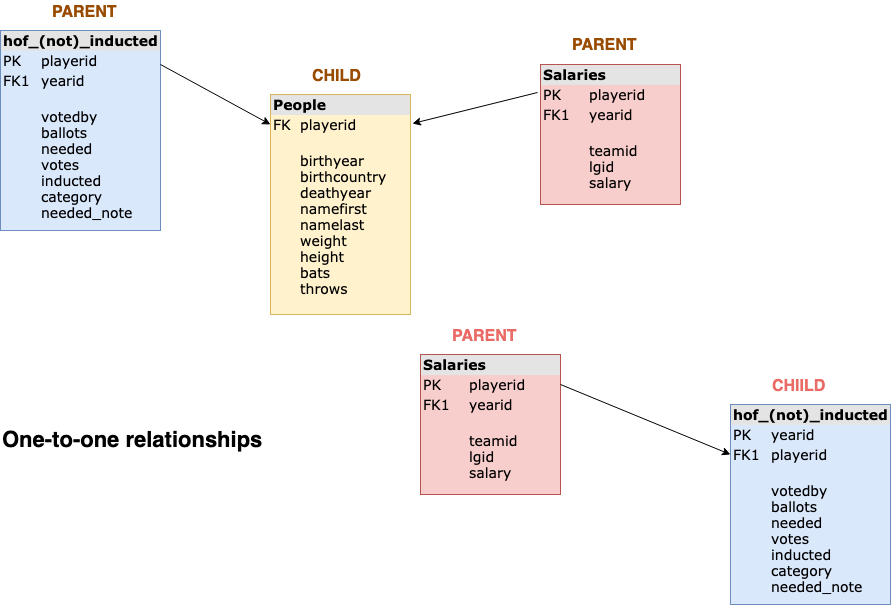
Before: 13.5-Schema.png, a diagram exported from draw.io (snowbright/Thinkful). Source tidied: cells renumbered, new cells last; positions are measured from the earlier drawing's top-left corner, leaving out a move shared by most shapes.
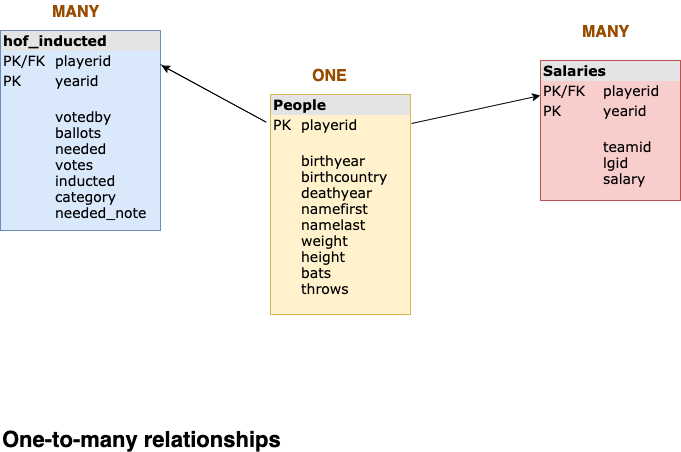
After the change.

Diff of the diagram source:
```diff
@@ -2,52 +2,37 @@
   <root>
     <mxCell id="0" />
     <mxCell id="1" parent="0" />
-    <mxCell id="2" value="&lt;div style=&quot;box-sizing: border-box ; width: 100% ; background: rgb(228 , 228 , 228) ; padding: 2px ; font-size: 14px&quot;&gt;&lt;b&gt;&lt;font style=&quot;font-size: 14px&quot;&gt;People&amp;nbsp;&lt;/font&gt;&lt;/b&gt;&lt;/div&gt;&lt;table style=&quot;width: 100% ; font-size: 14px&quot; cellpadding=&quot;2&quot; cellspacing=&quot;0&quot;&gt;&lt;tbody&gt;&lt;tr&gt;&lt;td&gt;FK&lt;/td&gt;&lt;td&gt;playerid&amp;nbsp;&lt;/td&gt;&lt;/tr&gt;&lt;tr&gt;&lt;td&gt;&lt;br&gt;&lt;/td&gt;&lt;td&gt;&lt;br&gt;birthyear&lt;br&gt;birthcountry&lt;br&gt;deathyear&lt;br&gt;namefirst&lt;br&gt;namelast&lt;br&gt;weight&lt;br&gt;height&lt;br&gt;bats&lt;br&gt;throws&lt;/td&gt;&lt;/tr&gt;&lt;tr&gt;&lt;td&gt;&lt;/td&gt;&lt;td&gt;&lt;br&gt;&lt;/td&gt;&lt;/tr&gt;&lt;/tbody&gt;&lt;/table&gt;" style="verticalAlign=top;align=left;overflow=fill;html=1;rounded=0;shadow=0;comic=0;labelBackgroundColor=none;strokeColor=#d6b656;strokeWidth=1;fillColor=#fff2cc;fontFamily=Verdana;fontSize=12;" parent="1" vertex="1">
+    <mxCell id="2" value="&lt;div style=&quot;box-sizing: border-box ; width: 100% ; background: rgb(228 , 228 , 228) ; padding: 2px ; font-size: 14px&quot;&gt;&lt;b&gt;&lt;font style=&quot;font-size: 14px&quot;&gt;People&amp;nbsp;&lt;/font&gt;&lt;/b&gt;&lt;/div&gt;&lt;table style=&quot;width: 100% ; font-size: 14px&quot; cellpadding=&quot;2&quot; cellspacing=&quot;0&quot;&gt;&lt;tbody&gt;&lt;tr&gt;&lt;td&gt;PK&lt;/td&gt;&lt;td&gt;playerid&amp;nbsp;&lt;/td&gt;&lt;/tr&gt;&lt;tr&gt;&lt;td&gt;&lt;br&gt;&lt;/td&gt;&lt;td&gt;&lt;br&gt;birthyear&lt;br&gt;birthcountry&lt;br&gt;deathyear&lt;br&gt;namefirst&lt;br&gt;namelast&lt;br&gt;weight&lt;br&gt;height&lt;br&gt;bats&lt;br&gt;throws&lt;/td&gt;&lt;/tr&gt;&lt;tr&gt;&lt;td&gt;&lt;/td&gt;&lt;td&gt;&lt;br&gt;&lt;/td&gt;&lt;/tr&gt;&lt;/tbody&gt;&lt;/table&gt;" style="verticalAlign=top;align=left;overflow=fill;html=1;rounded=0;shadow=0;comic=0;labelBackgroundColor=none;strokeColor=#d6b656;strokeWidth=1;fillColor=#fff2cc;fontFamily=Verdana;fontSize=12;" parent="1" vertex="1">
       <mxGeometry x="270" y="94" width="140" height="220" as="geometry" />
     </mxCell>
-    <mxCell id="3" value="&lt;div style=&quot;box-sizing: border-box ; width: 100% ; background: rgb(228 , 228 , 228) ; padding: 2px ; font-size: 14px&quot;&gt;&lt;font style=&quot;font-size: 14px&quot;&gt;&lt;b&gt;hof_(not)_inducted&amp;nbsp;&lt;/b&gt;&lt;/font&gt;&lt;/div&gt;&lt;table style=&quot;width: 100% ; font-size: 14px&quot; cellpadding=&quot;2&quot; cellspacing=&quot;0&quot;&gt;&lt;tbody&gt;&lt;tr&gt;&lt;td&gt;&lt;font style=&quot;font-size: 14px&quot;&gt;PK&lt;/font&gt;&lt;/td&gt;&lt;td&gt;&lt;font style=&quot;font-size: 14px&quot;&gt;yearid&lt;/font&gt;&lt;/td&gt;&lt;/tr&gt;&lt;tr&gt;&lt;td&gt;&lt;font style=&quot;font-size: 14px&quot;&gt;FK1&lt;/font&gt;&lt;/td&gt;&lt;td&gt;&lt;font style=&quot;font-size: 14px&quot;&gt;playerid&lt;br&gt;&lt;/font&gt;&lt;/td&gt;&lt;/tr&gt;&lt;tr&gt;&lt;td&gt;&lt;font style=&quot;font-size: 14px&quot;&gt;&lt;br&gt;&amp;nbsp; &amp;nbsp;&amp;nbsp;&lt;/font&gt;&lt;/td&gt;&lt;td&gt;&lt;font style=&quot;font-size: 14px&quot;&gt;&lt;br&gt;votedby&lt;br&gt;ballots&lt;br&gt;needed&lt;br&gt;votes&lt;br&gt;inducted&lt;br&gt;category&lt;br&gt;needed_note&lt;/font&gt;&lt;/td&gt;&lt;/tr&gt;&lt;tr&gt;&lt;td&gt;&lt;font style=&quot;font-size: 14px&quot;&gt;&lt;br&gt;&lt;/font&gt;&lt;/td&gt;&lt;td&gt;&lt;font style=&quot;font-size: 14px&quot;&gt;&lt;br&gt;&lt;/font&gt;&lt;/td&gt;&lt;/tr&gt;&lt;/tbody&gt;&lt;/table&gt;" style="verticalAlign=top;align=left;overflow=fill;html=1;rounded=0;shadow=0;comic=0;labelBackgroundColor=none;strokeColor=#6c8ebf;strokeWidth=1;fillColor=#dae8fc;fontFamily=Verdana;fontSize=12;" parent="1" vertex="1">
-      <mxGeometry x="730" y="404" width="160" height="200" as="geometry" />
-    </mxCell>
-    <mxCell id="4" value="&lt;div style=&quot;box-sizing: border-box ; width: 100% ; background: rgb(228 , 228 , 228) ; padding: 2px ; font-size: 14px&quot;&gt;&lt;b&gt;&lt;font style=&quot;font-size: 14px&quot;&gt;Salaries&lt;/font&gt;&lt;/b&gt;&lt;/div&gt;&lt;table style=&quot;width: 100% ; font-size: 14px&quot; cellpadding=&quot;2&quot; cellspacing=&quot;0&quot;&gt;&lt;tbody&gt;&lt;tr&gt;&lt;td&gt;&lt;font style=&quot;font-size: 14px&quot;&gt;PK&lt;/font&gt;&lt;/td&gt;&lt;td&gt;playerid&lt;/td&gt;&lt;/tr&gt;&lt;tr&gt;&lt;td&gt;&lt;font style=&quot;font-size: 14px&quot;&gt;FK1&lt;/font&gt;&lt;/td&gt;&lt;td&gt;yearid&lt;/td&gt;&lt;/tr&gt;&lt;tr&gt;&lt;td&gt;&lt;/td&gt;&lt;td&gt;&lt;font style=&quot;font-size: 14px&quot;&gt;&lt;br&gt;teamid&lt;br&gt;lgid&lt;br&gt;salary&lt;/font&gt;&lt;/td&gt;&lt;/tr&gt;&lt;/tbody&gt;&lt;/table&gt;" style="verticalAlign=top;align=left;overflow=fill;html=1;rounded=0;shadow=0;comic=0;labelBackgroundColor=none;strokeColor=#b85450;strokeWidth=1;fillColor=#f8cecc;fontFamily=Verdana;fontSize=12;" parent="1" vertex="1">
-      <mxGeometry x="540" y="64" width="140" height="140" as="geometry" />
+    <mxCell id="4" value="&lt;div style=&quot;box-sizing: border-box ; width: 100% ; background: rgb(228 , 228 , 228) ; padding: 2px ; font-size: 14px&quot;&gt;&lt;b&gt;&lt;font style=&quot;font-size: 14px&quot;&gt;Salaries&lt;/font&gt;&lt;/b&gt;&lt;/div&gt;&lt;table style=&quot;width: 100% ; font-size: 14px&quot; cellpadding=&quot;2&quot; cellspacing=&quot;0&quot;&gt;&lt;tbody&gt;&lt;tr&gt;&lt;td&gt;&lt;font style=&quot;font-size: 14px&quot;&gt;PK/FK&lt;/font&gt;&lt;/td&gt;&lt;td&gt;playerid&lt;/td&gt;&lt;/tr&gt;&lt;tr&gt;&lt;td&gt;&lt;font style=&quot;font-size: 14px&quot;&gt;PK&lt;/font&gt;&lt;/td&gt;&lt;td&gt;yearid&lt;/td&gt;&lt;/tr&gt;&lt;tr&gt;&lt;td&gt;&lt;/td&gt;&lt;td&gt;&lt;font style=&quot;font-size: 14px&quot;&gt;&lt;br&gt;teamid&lt;br&gt;lgid&lt;br&gt;salary&lt;/font&gt;&lt;/td&gt;&lt;/tr&gt;&lt;/tbody&gt;&lt;/table&gt;" style="verticalAlign=top;align=left;overflow=fill;html=1;rounded=0;shadow=0;comic=0;labelBackgroundColor=none;strokeColor=#b85450;strokeWidth=1;fillColor=#f8cecc;fontFamily=Verdana;fontSize=12;" parent="1" vertex="1">
+      <mxGeometry x="540" y="60" width="140" height="140" as="geometry" />
     </mxCell>
-    <mxCell id="5" value="&lt;div style=&quot;box-sizing: border-box ; width: 100% ; background: rgb(228 , 228 , 228) ; padding: 2px ; font-size: 14px&quot;&gt;&lt;font style=&quot;font-size: 14px&quot;&gt;&lt;b&gt;hof_(not)_inducted&amp;nbsp;&lt;/b&gt;&lt;/font&gt;&lt;/div&gt;&lt;table style=&quot;width: 100% ; font-size: 14px&quot; cellpadding=&quot;2&quot; cellspacing=&quot;0&quot;&gt;&lt;tbody&gt;&lt;tr&gt;&lt;td&gt;&lt;font style=&quot;font-size: 14px&quot;&gt;PK&lt;/font&gt;&lt;/td&gt;&lt;td&gt;playerid&lt;/td&gt;&lt;/tr&gt;&lt;tr&gt;&lt;td&gt;&lt;font style=&quot;font-size: 14px&quot;&gt;FK1&lt;/font&gt;&lt;/td&gt;&lt;td&gt;&lt;font style=&quot;font-size: 14px&quot;&gt;yearid&lt;/font&gt;&lt;/td&gt;&lt;/tr&gt;&lt;tr&gt;&lt;td&gt;&lt;font style=&quot;font-size: 14px&quot;&gt;&lt;br&gt;&amp;nbsp; &amp;nbsp;&amp;nbsp;&lt;/font&gt;&lt;/td&gt;&lt;td&gt;&lt;font style=&quot;font-size: 14px&quot;&gt;&lt;br&gt;votedby&lt;br&gt;ballots&lt;br&gt;needed&lt;br&gt;votes&lt;br&gt;inducted&lt;br&gt;category&lt;br&gt;needed_note&lt;/font&gt;&lt;/td&gt;&lt;/tr&gt;&lt;tr&gt;&lt;td&gt;&lt;font style=&quot;font-size: 14px&quot;&gt;&lt;br&gt;&lt;/font&gt;&lt;/td&gt;&lt;td&gt;&lt;font style=&quot;font-size: 14px&quot;&gt;&lt;br&gt;&lt;/font&gt;&lt;/td&gt;&lt;/tr&gt;&lt;/tbody&gt;&lt;/table&gt;" style="verticalAlign=top;align=left;overflow=fill;html=1;rounded=0;shadow=0;comic=0;labelBackgroundColor=none;strokeColor=#6c8ebf;strokeWidth=1;fillColor=#dae8fc;fontFamily=Verdana;fontSize=12;" parent="1" vertex="1">
+    <mxCell id="5" value="&lt;div style=&quot;box-sizing: border-box ; width: 100% ; background: rgb(228 , 228 , 228) ; padding: 2px ; font-size: 14px&quot;&gt;&lt;font style=&quot;font-size: 14px&quot;&gt;&lt;b&gt;hof_inducted&amp;nbsp;&lt;/b&gt;&lt;/font&gt;&lt;/div&gt;&lt;table style=&quot;width: 100% ; font-size: 14px&quot; cellpadding=&quot;2&quot; cellspacing=&quot;0&quot;&gt;&lt;tbody&gt;&lt;tr&gt;&lt;td&gt;PK/FK&lt;br&gt;&lt;/td&gt;&lt;td&gt;playerid&amp;nbsp;&lt;/td&gt;&lt;/tr&gt;&lt;tr&gt;&lt;td&gt;PK&lt;/td&gt;&lt;td&gt;&lt;font style=&quot;font-size: 14px&quot;&gt;yearid&lt;br&gt;&lt;/font&gt;&lt;/td&gt;&lt;/tr&gt;&lt;tr&gt;&lt;td&gt;&lt;font style=&quot;font-size: 14px&quot;&gt;&lt;br&gt;&amp;nbsp; &amp;nbsp;&amp;nbsp;&lt;/font&gt;&lt;/td&gt;&lt;td&gt;&lt;font style=&quot;font-size: 14px&quot;&gt;&lt;br&gt;votedby&lt;br&gt;ballots&lt;br&gt;needed&lt;br&gt;votes&lt;br&gt;inducted&lt;br&gt;category&lt;br&gt;needed_note&lt;/font&gt;&lt;/td&gt;&lt;/tr&gt;&lt;tr&gt;&lt;td&gt;&lt;font style=&quot;font-size: 14px&quot;&gt;&lt;br&gt;&lt;/font&gt;&lt;/td&gt;&lt;td&gt;&lt;font style=&quot;font-size: 14px&quot;&gt;&lt;br&gt;&lt;/font&gt;&lt;/td&gt;&lt;/tr&gt;&lt;/tbody&gt;&lt;/table&gt;" style="verticalAlign=top;align=left;overflow=fill;html=1;rounded=0;shadow=0;comic=0;labelBackgroundColor=none;strokeColor=#6c8ebf;strokeWidth=1;fillColor=#dae8fc;fontFamily=Verdana;fontSize=12;" parent="1" vertex="1">
       <mxGeometry y="30" width="160" height="200" as="geometry" />
     </mxCell>
-    <mxCell id="6" value="&lt;font color=&quot;#994c00&quot;&gt;&lt;span style=&quot;font-size: 16px&quot;&gt;&lt;b&gt;CHILD&lt;/b&gt;&lt;/span&gt;&lt;/font&gt;" style="text;html=1;align=left;verticalAlign=top;spacingTop=-4;" parent="1" vertex="1">
-      <mxGeometry x="310" y="64" width="60" height="20" as="geometry" />
+    <mxCell id="6" value="&lt;font color=&quot;#994c00&quot;&gt;&lt;span style=&quot;font-size: 16px&quot;&gt;&lt;b&gt;ONE&lt;/b&gt;&lt;/span&gt;&lt;/font&gt;" style="text;html=1;align=left;verticalAlign=top;spacingTop=-4;" parent="1" vertex="1">
+      <mxGeometry x="310" y="64" width="50" height="20" as="geometry" />
     </mxCell>
-    <mxCell id="7" value="&lt;font color=&quot;#994c00&quot;&gt;&lt;span style=&quot;font-size: 16px&quot;&gt;&lt;b&gt;PARENT&lt;/b&gt;&lt;/span&gt;&lt;/font&gt;" style="text;html=1;align=left;verticalAlign=top;spacingTop=-4;" parent="1" vertex="1">
-      <mxGeometry x="50" width="80" height="20" as="geometry" />
+    <mxCell id="7" value="&lt;font color=&quot;#994c00&quot;&gt;&lt;span style=&quot;font-size: 16px&quot;&gt;&lt;b&gt;MANY&lt;/b&gt;&lt;/span&gt;&lt;/font&gt;" style="text;html=1;align=left;verticalAlign=top;spacingTop=-4;" parent="1" vertex="1">
+      <mxGeometry x="50" width="60" height="20" as="geometry" />
     </mxCell>
-    <mxCell id="8" value="&lt;font style=&quot;font-size: 16px&quot; color=&quot;#994c00&quot;&gt;&lt;b&gt;PARENT&lt;/b&gt;&lt;/font&gt;" style="text;html=1;align=left;verticalAlign=top;spacingTop=-4;" parent="1" vertex="1">
-      <mxGeometry x="570" y="33" width="80" height="20" as="geometry" />
+    <mxCell id="8" value="&lt;font color=&quot;#994c00&quot;&gt;&lt;span style=&quot;font-size: 16px&quot;&gt;&lt;b&gt;MANY&lt;/b&gt;&lt;/span&gt;&lt;/font&gt;" style="text;html=1;align=left;verticalAlign=top;spacingTop=-4;" parent="1" vertex="1">
+      <mxGeometry x="580" y="20" width="60" height="20" as="geometry" />
     </mxCell>
-    <mxCell id="9" value="&lt;div style=&quot;box-sizing: border-box ; width: 100% ; background: rgb(228 , 228 , 228) ; padding: 2px ; font-size: 14px&quot;&gt;&lt;b&gt;&lt;font style=&quot;font-size: 14px&quot;&gt;Salaries&lt;/font&gt;&lt;/b&gt;&lt;/div&gt;&lt;table style=&quot;width: 100% ; font-size: 14px&quot; cellpadding=&quot;2&quot; cellspacing=&quot;0&quot;&gt;&lt;tbody&gt;&lt;tr&gt;&lt;td&gt;&lt;font style=&quot;font-size: 14px&quot;&gt;PK&lt;/font&gt;&lt;/td&gt;&lt;td&gt;playerid&lt;/td&gt;&lt;/tr&gt;&lt;tr&gt;&lt;td&gt;&lt;font style=&quot;font-size: 14px&quot;&gt;FK1&lt;/font&gt;&lt;/td&gt;&lt;td&gt;&lt;font style=&quot;font-size: 14px&quot;&gt;yearid&lt;br&gt;&lt;/font&gt;&lt;/td&gt;&lt;/tr&gt;&lt;tr&gt;&lt;td&gt;&lt;/td&gt;&lt;td&gt;&lt;font style=&quot;font-size: 14px&quot;&gt;&lt;br&gt;teamid&lt;br&gt;lgid&lt;br&gt;salary&lt;/font&gt;&lt;/td&gt;&lt;/tr&gt;&lt;/tbody&gt;&lt;/table&gt;" style="verticalAlign=top;align=left;overflow=fill;html=1;rounded=0;shadow=0;comic=0;labelBackgroundColor=none;strokeColor=#b85450;strokeWidth=1;fillColor=#f8cecc;fontFamily=Verdana;fontSize=12;" parent="1" vertex="1">
-      <mxGeometry x="420" y="354" width="140" height="140" as="geometry" />
-    </mxCell>
-    <mxCell id="10" value="&lt;font style=&quot;font-size: 16px&quot; color=&quot;#ea6b66&quot;&gt;&lt;b&gt;PARENT&lt;/b&gt;&lt;/font&gt;" style="text;html=1;align=left;verticalAlign=top;spacingTop=-4;" parent="1" vertex="1">
-      <mxGeometry x="450" y="324" width="80" height="20" as="geometry" />
-    </mxCell>
-    <mxCell id="11" value="&lt;font style=&quot;font-size: 16px&quot; color=&quot;#ea6b66&quot;&gt;&lt;b&gt;CHIILD&lt;/b&gt;&lt;/font&gt;" style="text;html=1;align=left;verticalAlign=top;spacingTop=-4;" parent="1" vertex="1">
-      <mxGeometry x="770" y="374" width="70" height="20" as="geometry" />
-    </mxCell>
-    <mxCell id="12" style="endArrow=classic;html=1;entryX=0;entryY=0.25;entryDx=0;entryDy=0;" parent="1" edge="1" target="3">
-      <mxGeometry relative="1" as="geometry">
-        <mxPoint x="560" y="384" as="sourcePoint" />
-      </mxGeometry>
-    </mxCell>
-    <mxCell id="13" style="endArrow=classic;html=1;exitX=-0.021;exitY=0.2;exitDx=0;exitDy=0;exitPerimeter=0;entryX=1.014;entryY=0.132;entryDx=0;entryDy=0;entryPerimeter=0;" parent="1" edge="1" source="4" target="2">
+    <mxCell id="13" style="endArrow=classic;html=1;exitX=1.007;exitY=0.132;exitDx=0;exitDy=0;exitPerimeter=0;entryX=0;entryY=0.25;entryDx=0;entryDy=0;" parent="1" edge="1" source="2" target="4">
       <mxGeometry relative="1" as="geometry" />
     </mxCell>
-    <mxCell id="14" style="endArrow=classic;html=1;" parent="1" edge="1">
+    <mxCell id="14" style="endArrow=classic;html=1;entryX=1.006;entryY=0.175;entryDx=0;entryDy=0;entryPerimeter=0;" parent="1" edge="1" target="5">
       <mxGeometry relative="1" as="geometry">
         <mxPoint x="160" y="64" as="sourcePoint" />
-        <mxPoint x="270" y="124" as="targetPoint" />
+        <Array as="points">
+          <mxPoint x="270" y="124" />
+        </Array>
       </mxGeometry>
     </mxCell>
-    <mxCell id="15" value="&lt;b&gt;&lt;font style=&quot;font-size: 22px&quot;&gt;One-to-one relationships&amp;nbsp;&lt;/font&gt;&lt;/b&gt;" style="text;html=1;align=left;verticalAlign=top;spacingTop=-4;" parent="1" vertex="1">
-      <mxGeometry y="424" width="280" height="20" as="geometry" />
+    <mxCell id="15" value="&lt;b&gt;&lt;font style=&quot;font-size: 22px&quot;&gt;One-to-many relationships&amp;nbsp;&lt;/font&gt;&lt;/b&gt;" style="text;html=1;align=left;verticalAlign=top;spacingTop=-4;" parent="1" vertex="1">
+      <mxGeometry y="424" width="300" height="20" as="geometry" />
     </mxCell>
   </root>
 </mxGraphModel>
```
